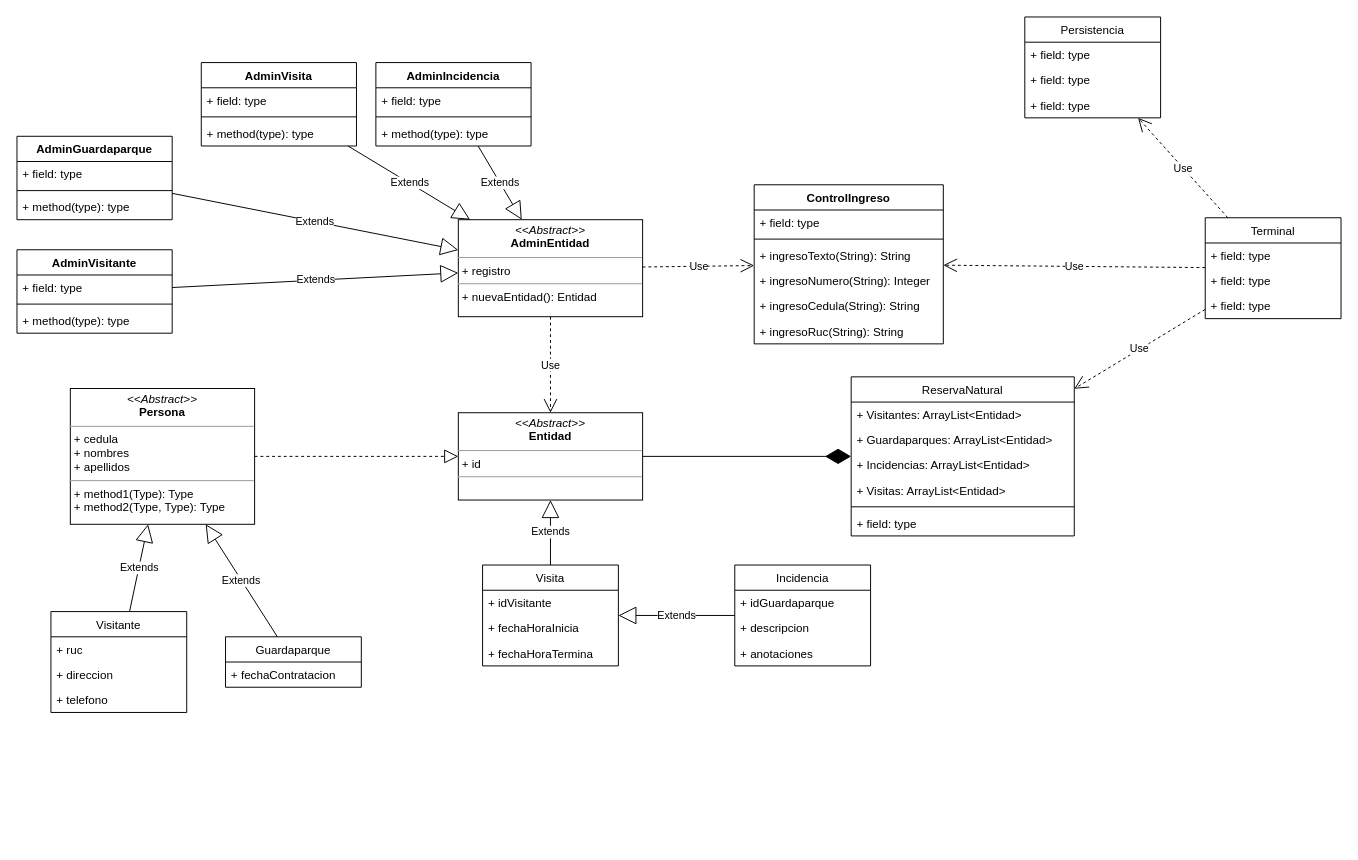
This is page "Page-1" (1 of 2) of solucion.drawio from leninrkb/ReservaNatural, a draw.io file, before an edit. Source tidied: cells renumbered, new cells numbered last; positions are measured from the earlier drawing's top-left corner, leaving out a move shared by most shapes. Both pictures are drawn from the tidied source at 97%, with x=0, y=0 at pixel (16, 16).
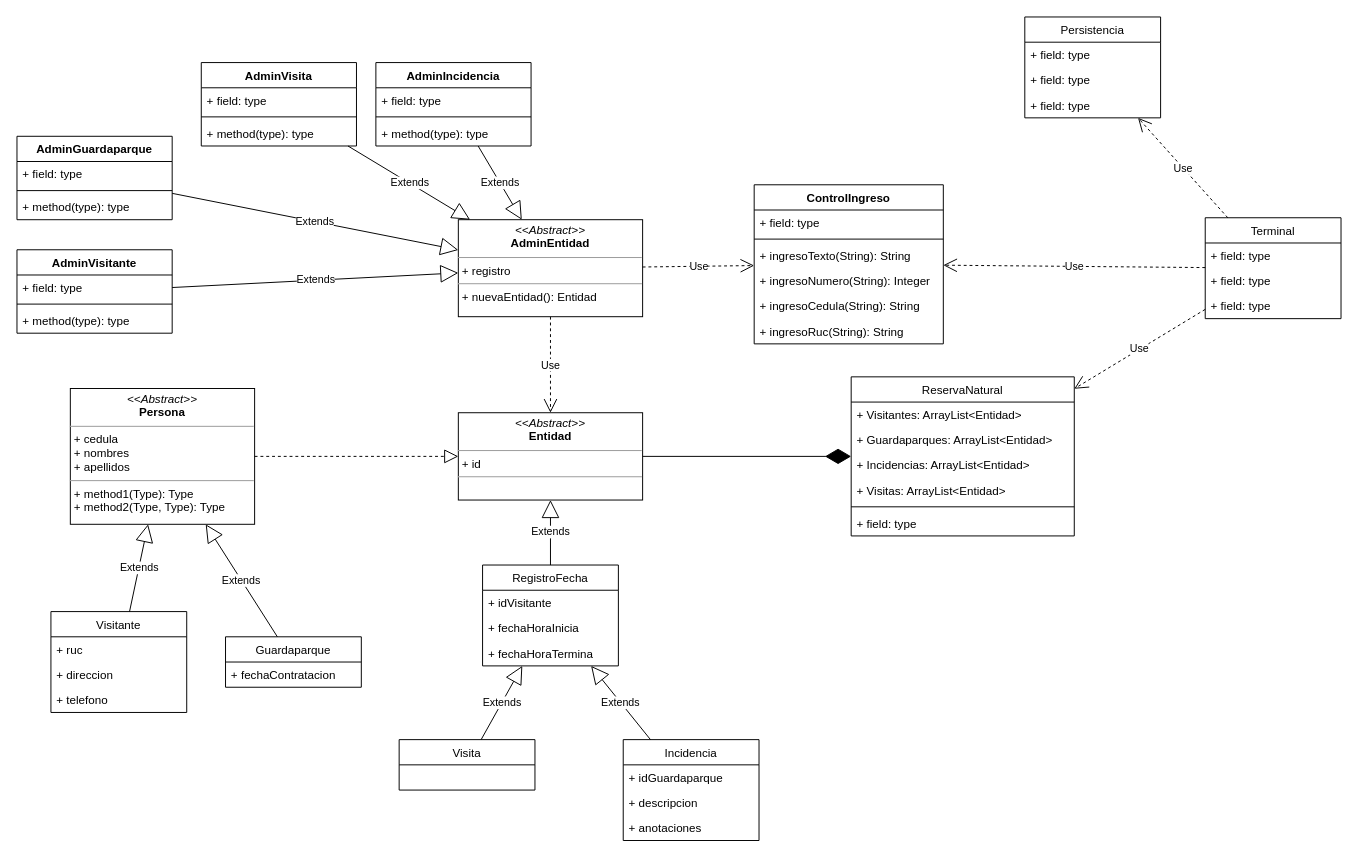
After the change.

Change to the diagram source:
```diff
@@
     <mxCell id="11" value="Incidencia" style="swimlane;fontStyle=0;horizontal=1;startSize=26;fillColor=none;" parent="1" vertex="1">
-      <mxGeometry x="740" y="565" width="140" height="104" as="geometry" />
+      <mxGeometry x="625" y="745" width="140" height="104" as="geometry" />
     </mxCell>
@@
-    <mxCell id="15" value="Visita" style="swimlane;fontStyle=0;horizontal=1;startSize=26;fillColor=none;" parent="1" vertex="1">
+    <mxCell id="15" value="RegistroFecha" style="swimlane;fontStyle=0;horizontal=1;startSize=26;fillColor=none;" parent="1" vertex="1">
       <mxGeometry x="480" y="565" width="140" height="104" as="geometry" />
     </mxCell>
@@
+    <mxCell id="72" value="Visita" style="swimlane;fontStyle=0;horizontal=1;startSize=26;fillColor=none;" parent="1" vertex="1">
+      <mxGeometry x="394" y="745" width="140" height="52" as="geometry" />
+    </mxCell>
+    <mxCell id="73" value="Extends" style="endArrow=block;endSize=16;endFill=0;html=1;" parent="1" edge="1" source="72" target="15">
+      <mxGeometry relative="1" as="geometry" />
+    </mxCell>
```
